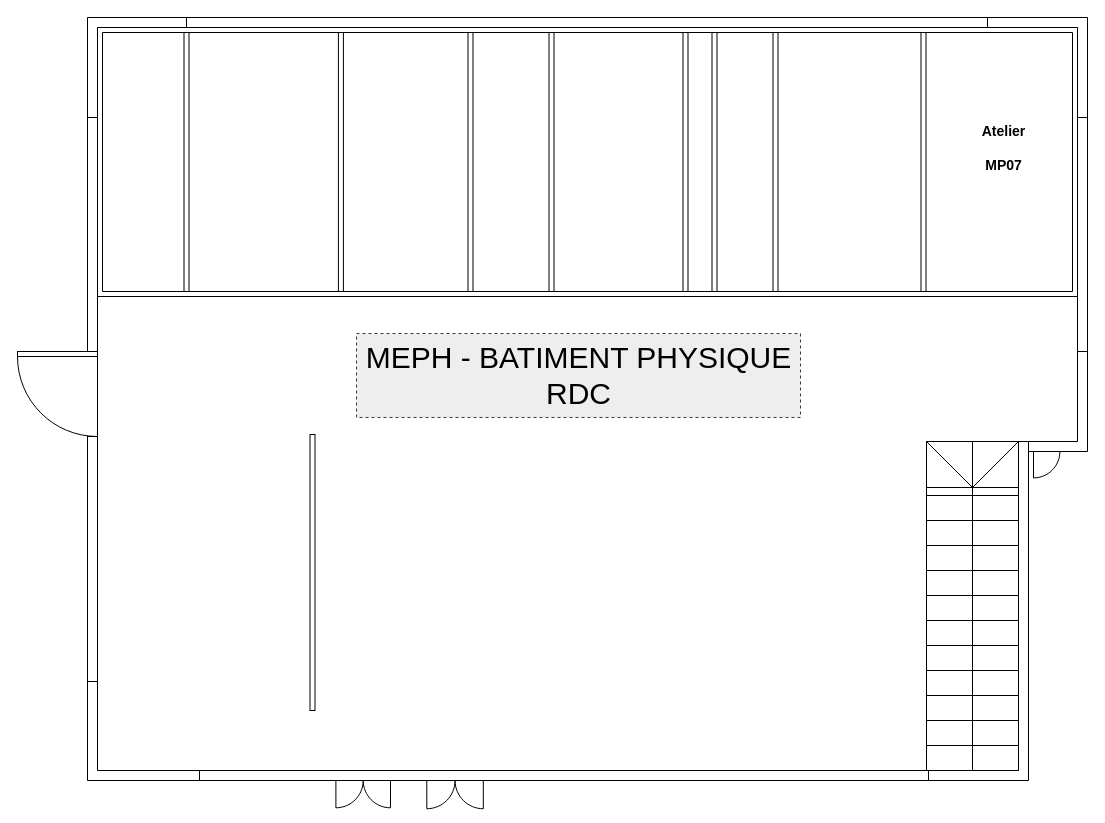
The draw.io diagram meph-plan_physique_RDC.drawio in gI7DUmmY/diagrams, before the edit. Source tidied: cells renumbered, new cells numbered last; positions are measured from the earlier drawing's top-left corner, leaving out a move shared by most shapes. Both pictures are drawn from the tidied source at 100%, with x=0, y=0 at pixel (17, 17).
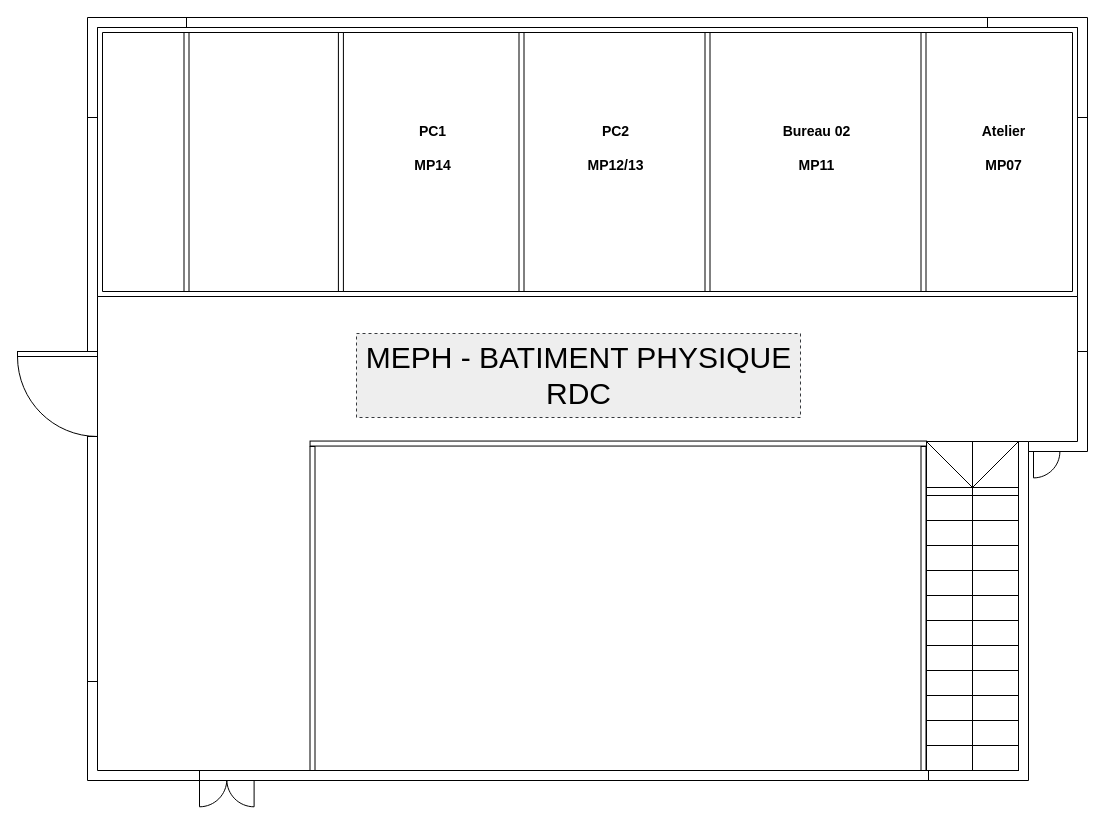
The same diagram, later.

Commit message (it also covers changes not shown here):
Mettre à jour meph-plan_physique_RDC.drawio

Diff of the diagram source:
```diff
@@
-    <mxCell id="15" style="verticalLabelPosition=bottom;html=1;verticalAlign=top;align=center;shape=mxgraph.floorplan.wall;direction=south;fontFamily=Helvetica;fontSize=12;wallThickness=5;" parent="1" vertex="1">
-      <mxGeometry x="448" y="15" width="10" height="259" as="geometry" />
-    </mxCell>
     <mxCell id="16" style="verticalLabelPosition=bottom;html=1;verticalAlign=top;align=center;shape=mxgraph.floorplan.wall;direction=south;fontFamily=Helvetica;fontSize=12;wallThickness=5;" parent="1" vertex="1">
-      <mxGeometry x="529" y="15" width="10" height="259" as="geometry" />
+      <mxGeometry x="499" y="15" width="10" height="259" as="geometry" />
     </mxCell>
     <mxCell id="17" style="verticalLabelPosition=bottom;html=1;verticalAlign=top;align=center;shape=mxgraph.floorplan.doorDouble;strokeColor=default;fontFamily=Helvetica;fontSize=12;fontColor=default;fillColor=default;" parent="1" vertex="1">
-      <mxGeometry x="318.4" y="758" width="54.6" height="29" as="geometry" />
+      <mxGeometry x="182" y="757" width="54.6" height="29" as="geometry" />
     </mxCell>
-    <mxCell id="18" style="verticalLabelPosition=bottom;html=1;verticalAlign=top;align=center;shape=mxgraph.floorplan.doorDouble;strokeColor=default;fontFamily=Helvetica;fontSize=12;fontColor=default;fillColor=default;" parent="1" vertex="1">
-      <mxGeometry x="409.3" y="758" width="56.5" height="30" as="geometry" />
-    </mxCell>
@@
     <mxCell id="20" style="verticalLabelPosition=bottom;html=1;verticalAlign=top;align=center;shape=mxgraph.floorplan.wall;direction=south;fontFamily=Helvetica;fontSize=12;wallThickness=5;" parent="1" vertex="1">
-      <mxGeometry x="663" y="15" width="10" height="259" as="geometry" />
+      <mxGeometry x="685" y="15" width="10" height="259" as="geometry" />
     </mxCell>
-    <mxCell id="21" style="verticalLabelPosition=bottom;html=1;verticalAlign=top;align=center;shape=mxgraph.floorplan.wall;direction=south;fontFamily=Helvetica;fontSize=12;wallThickness=5;" parent="1" vertex="1">
-      <mxGeometry x="692" y="15" width="10" height="259" as="geometry" />
-    </mxCell>
-    <mxCell id="22" style="verticalLabelPosition=bottom;html=1;verticalAlign=top;align=center;shape=mxgraph.floorplan.wall;direction=south;fontFamily=Helvetica;fontSize=12;wallThickness=5;" parent="1" vertex="1">
-      <mxGeometry x="753" y="15" width="10" height="259" as="geometry" />
-    </mxCell>
@@
     <mxCell id="24" style="verticalLabelPosition=bottom;html=1;verticalAlign=top;align=center;shape=mxgraph.floorplan.wall;direction=south;fontFamily=Helvetica;fontSize=12;wallThickness=5;" parent="1" vertex="1">
-      <mxGeometry x="290" y="417" width="10" height="276" as="geometry" />
+      <mxGeometry x="290" y="429" width="10" height="324" as="geometry" />
     </mxCell>
@@
+    <mxCell id="29" value="&lt;div style=&quot;font-size: 14px;&quot;&gt;Bureau 02&lt;/div&gt;&lt;div style=&quot;font-size: 14px;&quot;&gt;&lt;br&gt;&lt;/div&gt;&lt;div style=&quot;font-size: 14px;&quot;&gt;MP11&lt;/div&gt;" style="text;html=1;align=center;verticalAlign=middle;strokeColor=none;fillColor=none;fontFamily=Helvetica;fontSize=14;fontColor=default;fontStyle=1;" parent="1" vertex="1">
+      <mxGeometry x="757" y="100" width="83" height="62" as="geometry" />
+    </mxCell>
+    <mxCell id="30" value="&lt;div style=&quot;font-size: 14px;&quot;&gt;PC2&lt;/div&gt;&lt;div style=&quot;font-size: 14px;&quot;&gt;&lt;br&gt;&lt;/div&gt;&lt;div style=&quot;font-size: 14px;&quot;&gt;MP12/13&lt;/div&gt;" style="text;html=1;align=center;verticalAlign=middle;strokeColor=none;fillColor=none;fontFamily=Helvetica;fontSize=14;fontColor=default;fontStyle=1;" parent="1" vertex="1">
+      <mxGeometry x="561" y="100" width="74" height="62" as="geometry" />
+    </mxCell>
+    <mxCell id="31" value="&lt;div style=&quot;font-size: 14px;&quot;&gt;PC1&lt;/div&gt;&lt;div style=&quot;font-size: 14px;&quot;&gt;&lt;br&gt;&lt;/div&gt;&lt;div style=&quot;font-size: 14px;&quot;&gt;MP14&lt;/div&gt;" style="text;html=1;align=center;verticalAlign=middle;strokeColor=none;fillColor=none;fontFamily=Helvetica;fontSize=14;fontColor=default;fontStyle=1;" parent="1" vertex="1">
+      <mxGeometry x="387" y="100" width="55" height="62" as="geometry" />
+    </mxCell>
+    <mxCell id="32" style="verticalLabelPosition=bottom;html=1;verticalAlign=top;align=center;shape=mxgraph.floorplan.wall;direction=south;fontFamily=Helvetica;fontSize=12;wallThickness=5;rotation=90;" parent="1" vertex="1">
+      <mxGeometry x="595.8" y="117.8" width="10" height="616.5" as="geometry" />
+    </mxCell>
+    <mxCell id="33" style="verticalLabelPosition=bottom;html=1;verticalAlign=top;align=center;shape=mxgraph.floorplan.wall;direction=south;fontFamily=Helvetica;fontSize=12;wallThickness=5;" parent="1" vertex="1">
+      <mxGeometry x="901" y="429" width="10" height="324" as="geometry" />
+    </mxCell>
```
